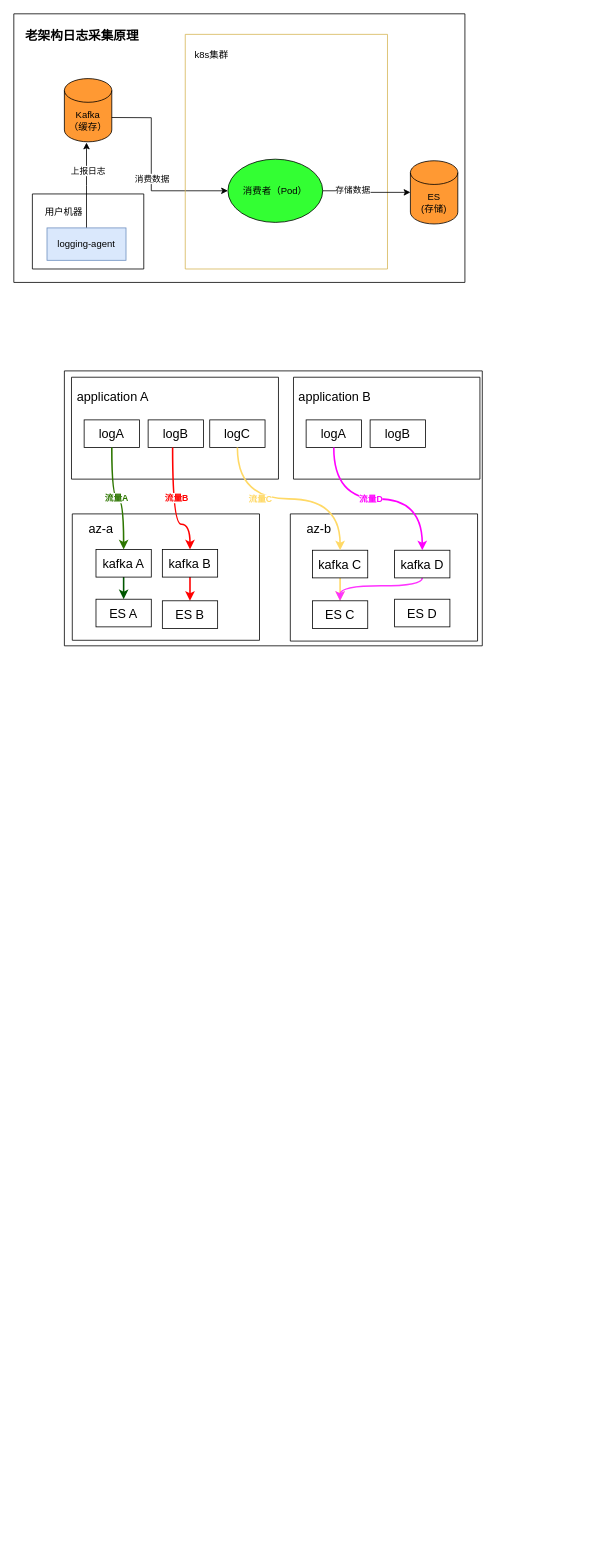
This is page "第 4 页" (3 of 12) of promotion.drawio from WebbingXu/draw, a draw.io file, before an edit. Source tidied: cells renumbered, new cells numbered last; positions are measured from the earlier drawing's top-left corner, leaving out a move shared by most shapes. Both pictures are drawn from the tidied source at 79%, with x=0, y=0 at pixel (13, 13).
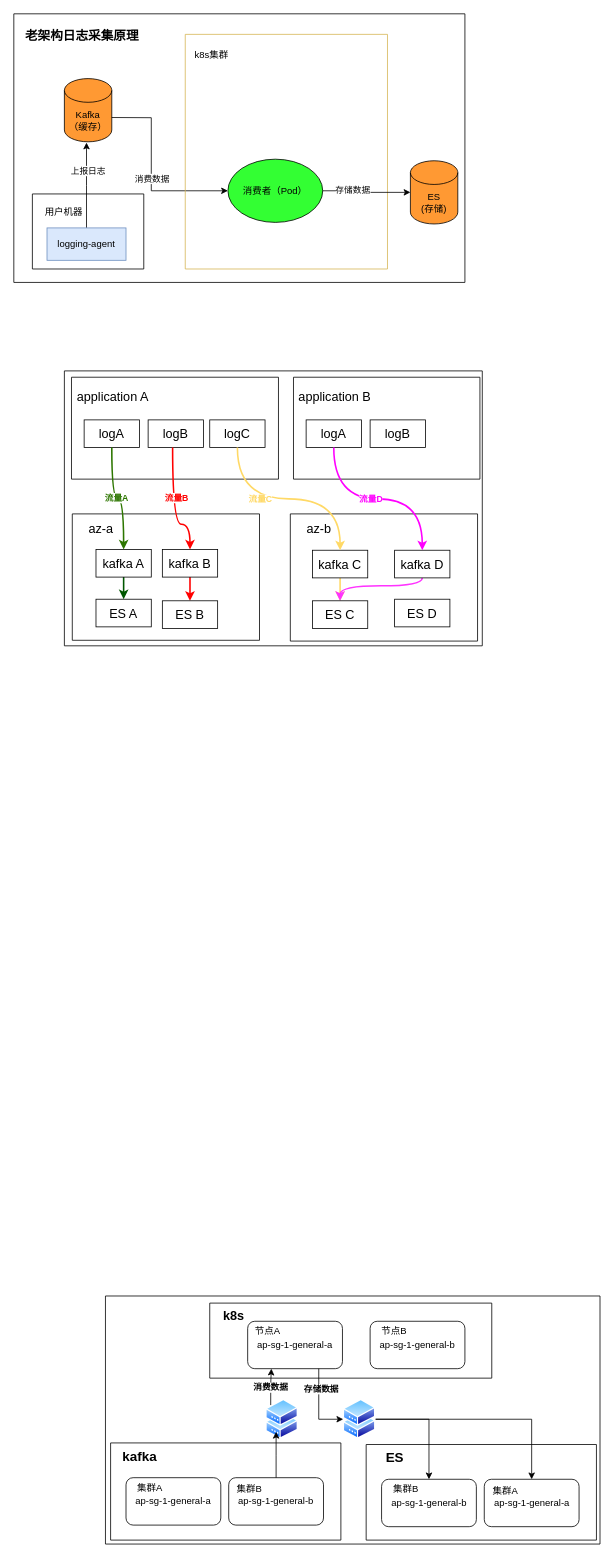
After the change.

Change to the diagram source:
```diff
@@
-    <mxCell id="31" style="swimlane;startSize=0;" parent="1" vertex="1">
+    <mxCell id="31" style="swimlane;startSize=0;rounded=1;" parent="1" vertex="1">
       <mxGeometry x="74" y="633" width="237" height="160" as="geometry" />
     </mxCell>
@@
-    <mxCell id="51" style="swimlane;startSize=0;" parent="1" vertex="1">
+    <mxCell id="51" style="swimlane;startSize=0;rounded=1;" parent="1" vertex="1">
       <mxGeometry x="64" y="452" width="529" height="348" as="geometry" />
     </mxCell>
+    <mxCell id="52" style="swimlane;startSize=0;" parent="1" vertex="1">
+      <mxGeometry x="248" y="1632" width="357" height="95" as="geometry" />
+    </mxCell>
+    <mxCell id="53" value="ap-sg-1-general-a" style="rounded=1;whiteSpace=wrap;html=1;" parent="52" vertex="1">
+      <mxGeometry x="48" y="23" width="120" height="60" as="geometry" />
+    </mxCell>
+    <mxCell id="54" value="ap-sg-1-general-b" style="rounded=1;whiteSpace=wrap;html=1;" parent="52" vertex="1">
+      <mxGeometry x="203" y="23" width="120" height="60" as="geometry" />
+    </mxCell>
+    <mxCell id="55" value="&lt;b&gt;&lt;font style=&quot;font-size: 16px;&quot;&gt;k8s&lt;/font&gt;&lt;/b&gt;" style="text;html=1;align=center;verticalAlign=middle;strokeColor=none;fillColor=none;" parent="52" vertex="1">
+      <mxGeometry x="7" width="45" height="31" as="geometry" />
+    </mxCell>
+    <mxCell id="56" value="节点A" style="text;html=1;align=center;verticalAlign=middle;strokeColor=none;fillColor=none;" parent="52" vertex="1">
+      <mxGeometry x="48" y="23" width="50" height="26" as="geometry" />
+    </mxCell>
+    <mxCell id="57" value="节点B" style="text;html=1;align=center;verticalAlign=middle;strokeColor=none;fillColor=none;" parent="52" vertex="1">
+      <mxGeometry x="208" y="23" width="50" height="26" as="geometry" />
+    </mxCell>
+    <mxCell id="58" style="swimlane;startSize=0;" parent="1" vertex="1">
+      <mxGeometry x="122.5" y="1809" width="291.5" height="123" as="geometry" />
+    </mxCell>
+    <mxCell id="59" value="ap-sg-1-general-a" style="rounded=1;whiteSpace=wrap;html=1;" parent="58" vertex="1">
+      <mxGeometry x="19.5" y="44" width="120" height="60" as="geometry" />
+    </mxCell>
+    <mxCell id="60" value="集群A" style="text;html=1;align=center;verticalAlign=middle;strokeColor=none;fillColor=none;" parent="58" vertex="1">
+      <mxGeometry x="24.5" y="44" width="50" height="26" as="geometry" />
+    </mxCell>
+    <mxCell id="61" value="ap-sg-1-general-b" style="rounded=1;whiteSpace=wrap;html=1;" parent="58" vertex="1">
+      <mxGeometry x="149.5" y="44" width="120" height="60" as="geometry" />
+    </mxCell>
+    <mxCell id="62" value="集群B" style="text;html=1;align=center;verticalAlign=middle;strokeColor=none;fillColor=none;" parent="58" vertex="1">
+      <mxGeometry x="150.5" y="46" width="50" height="26" as="geometry" />
+    </mxCell>
+    <mxCell id="63" value="&lt;b&gt;&lt;font style=&quot;font-size: 17px;&quot;&gt;kafka&lt;/font&gt;&lt;/b&gt;" style="text;html=1;align=center;verticalAlign=middle;strokeColor=none;fillColor=none;" parent="1" vertex="1">
+      <mxGeometry x="128" y="1811" width="61" height="32" as="geometry" />
+    </mxCell>
+    <mxCell id="64" style="swimlane;startSize=0;" parent="1" vertex="1">
+      <mxGeometry x="446" y="1811" width="291.5" height="121" as="geometry" />
+    </mxCell>
+    <mxCell id="65" value="ap-sg-1-general-b" style="rounded=1;whiteSpace=wrap;html=1;" parent="64" vertex="1">
+      <mxGeometry x="19.5" y="44" width="120" height="60" as="geometry" />
+    </mxCell>
+    <mxCell id="66" value="集群B" style="text;html=1;align=center;verticalAlign=middle;strokeColor=none;fillColor=none;" parent="64" vertex="1">
+      <mxGeometry x="24.5" y="44" width="50" height="26" as="geometry" />
+    </mxCell>
+    <mxCell id="67" value="ap-sg-1-general-a" style="rounded=1;whiteSpace=wrap;html=1;" parent="64" vertex="1">
+      <mxGeometry x="149.5" y="44" width="120" height="60" as="geometry" />
+    </mxCell>
+    <mxCell id="68" value="集群A" style="text;html=1;align=center;verticalAlign=middle;strokeColor=none;fillColor=none;" parent="64" vertex="1">
+      <mxGeometry x="150.5" y="46" width="50" height="26" as="geometry" />
+    </mxCell>
+    <mxCell id="69" value="&lt;b&gt;&lt;font style=&quot;font-size: 17px;&quot;&gt;ES&lt;/font&gt;&lt;/b&gt;" style="text;html=1;align=center;verticalAlign=middle;strokeColor=none;fillColor=none;" parent="1" vertex="1">
+      <mxGeometry x="461.5" y="1813" width="41" height="32" as="geometry" />
+    </mxCell>
+    <mxCell id="70" style="edgeStyle=orthogonalEdgeStyle;rounded=0;jettySize=auto;html=1;exitX=0;exitY=0;exitDx=0;exitDy=0;entryX=0.25;entryY=1;entryDx=0;entryDy=0;" parent="1" edge="1" source="72" target="53">
+      <mxGeometry relative="1" as="geometry" />
+    </mxCell>
+    <mxCell id="71" value="&lt;b&gt;消费数据&lt;/b&gt;" style="edgeLabel;html=1;align=center;verticalAlign=middle;" parent="70" vertex="1">
+      <mxGeometry x="-0.01" y="1" relative="1" as="geometry" />
+    </mxCell>
+    <mxCell id="72" style="image;perimeter=ellipsePerimeter;html=1;align=center;shadow=0;dashed=0;spacingTop=3;image=img/lib/active_directory/shadowed_router.svg;" parent="1" vertex="1">
+      <mxGeometry x="319" y="1754" width="41" height="50" as="geometry" />
+    </mxCell>
+    <mxCell id="73" style="edgeStyle=orthogonalEdgeStyle;rounded=0;jettySize=auto;html=1;" parent="1" edge="1" source="61">
+      <mxGeometry relative="1" as="geometry">
+        <mxPoint x="332" y="1795" as="targetPoint" />
+      </mxGeometry>
+    </mxCell>
+    <mxCell id="74" style="edgeStyle=orthogonalEdgeStyle;rounded=0;jettySize=auto;html=1;" parent="1" edge="1" source="76" target="65">
+      <mxGeometry relative="1" as="geometry" />
+    </mxCell>
+    <mxCell id="75" style="edgeStyle=orthogonalEdgeStyle;rounded=0;jettySize=auto;html=1;entryX=0.5;entryY=0;entryDx=0;entryDy=0;" parent="1" edge="1" source="76" target="67">
+      <mxGeometry relative="1" as="geometry" />
+    </mxCell>
+    <mxCell id="76" style="image;perimeter=ellipsePerimeter;html=1;align=center;shadow=0;dashed=0;spacingTop=3;image=img/lib/active_directory/shadowed_router.svg;" parent="1" vertex="1">
+      <mxGeometry x="417" y="1754" width="41" height="50" as="geometry" />
+    </mxCell>
+    <mxCell id="77" style="edgeStyle=orthogonalEdgeStyle;rounded=0;jettySize=auto;html=1;exitX=0.75;exitY=1;exitDx=0;exitDy=0;entryX=0;entryY=0.5;entryDx=0;entryDy=0;" parent="1" edge="1" source="53" target="76">
+      <mxGeometry relative="1" as="geometry" />
+    </mxCell>
+    <mxCell id="78" value="&lt;b&gt;存储数据&lt;/b&gt;" style="edgeLabel;html=1;align=center;verticalAlign=middle;" parent="77" vertex="1">
+      <mxGeometry x="-0.29" y="2" relative="1" as="geometry">
+        <mxPoint y="-9" as="offset" />
+      </mxGeometry>
+    </mxCell>
+    <mxCell id="79" style="swimlane;startSize=0;" parent="1" vertex="1">
+      <mxGeometry x="116" y="1623" width="626" height="314" as="geometry" />
+    </mxCell>
```
